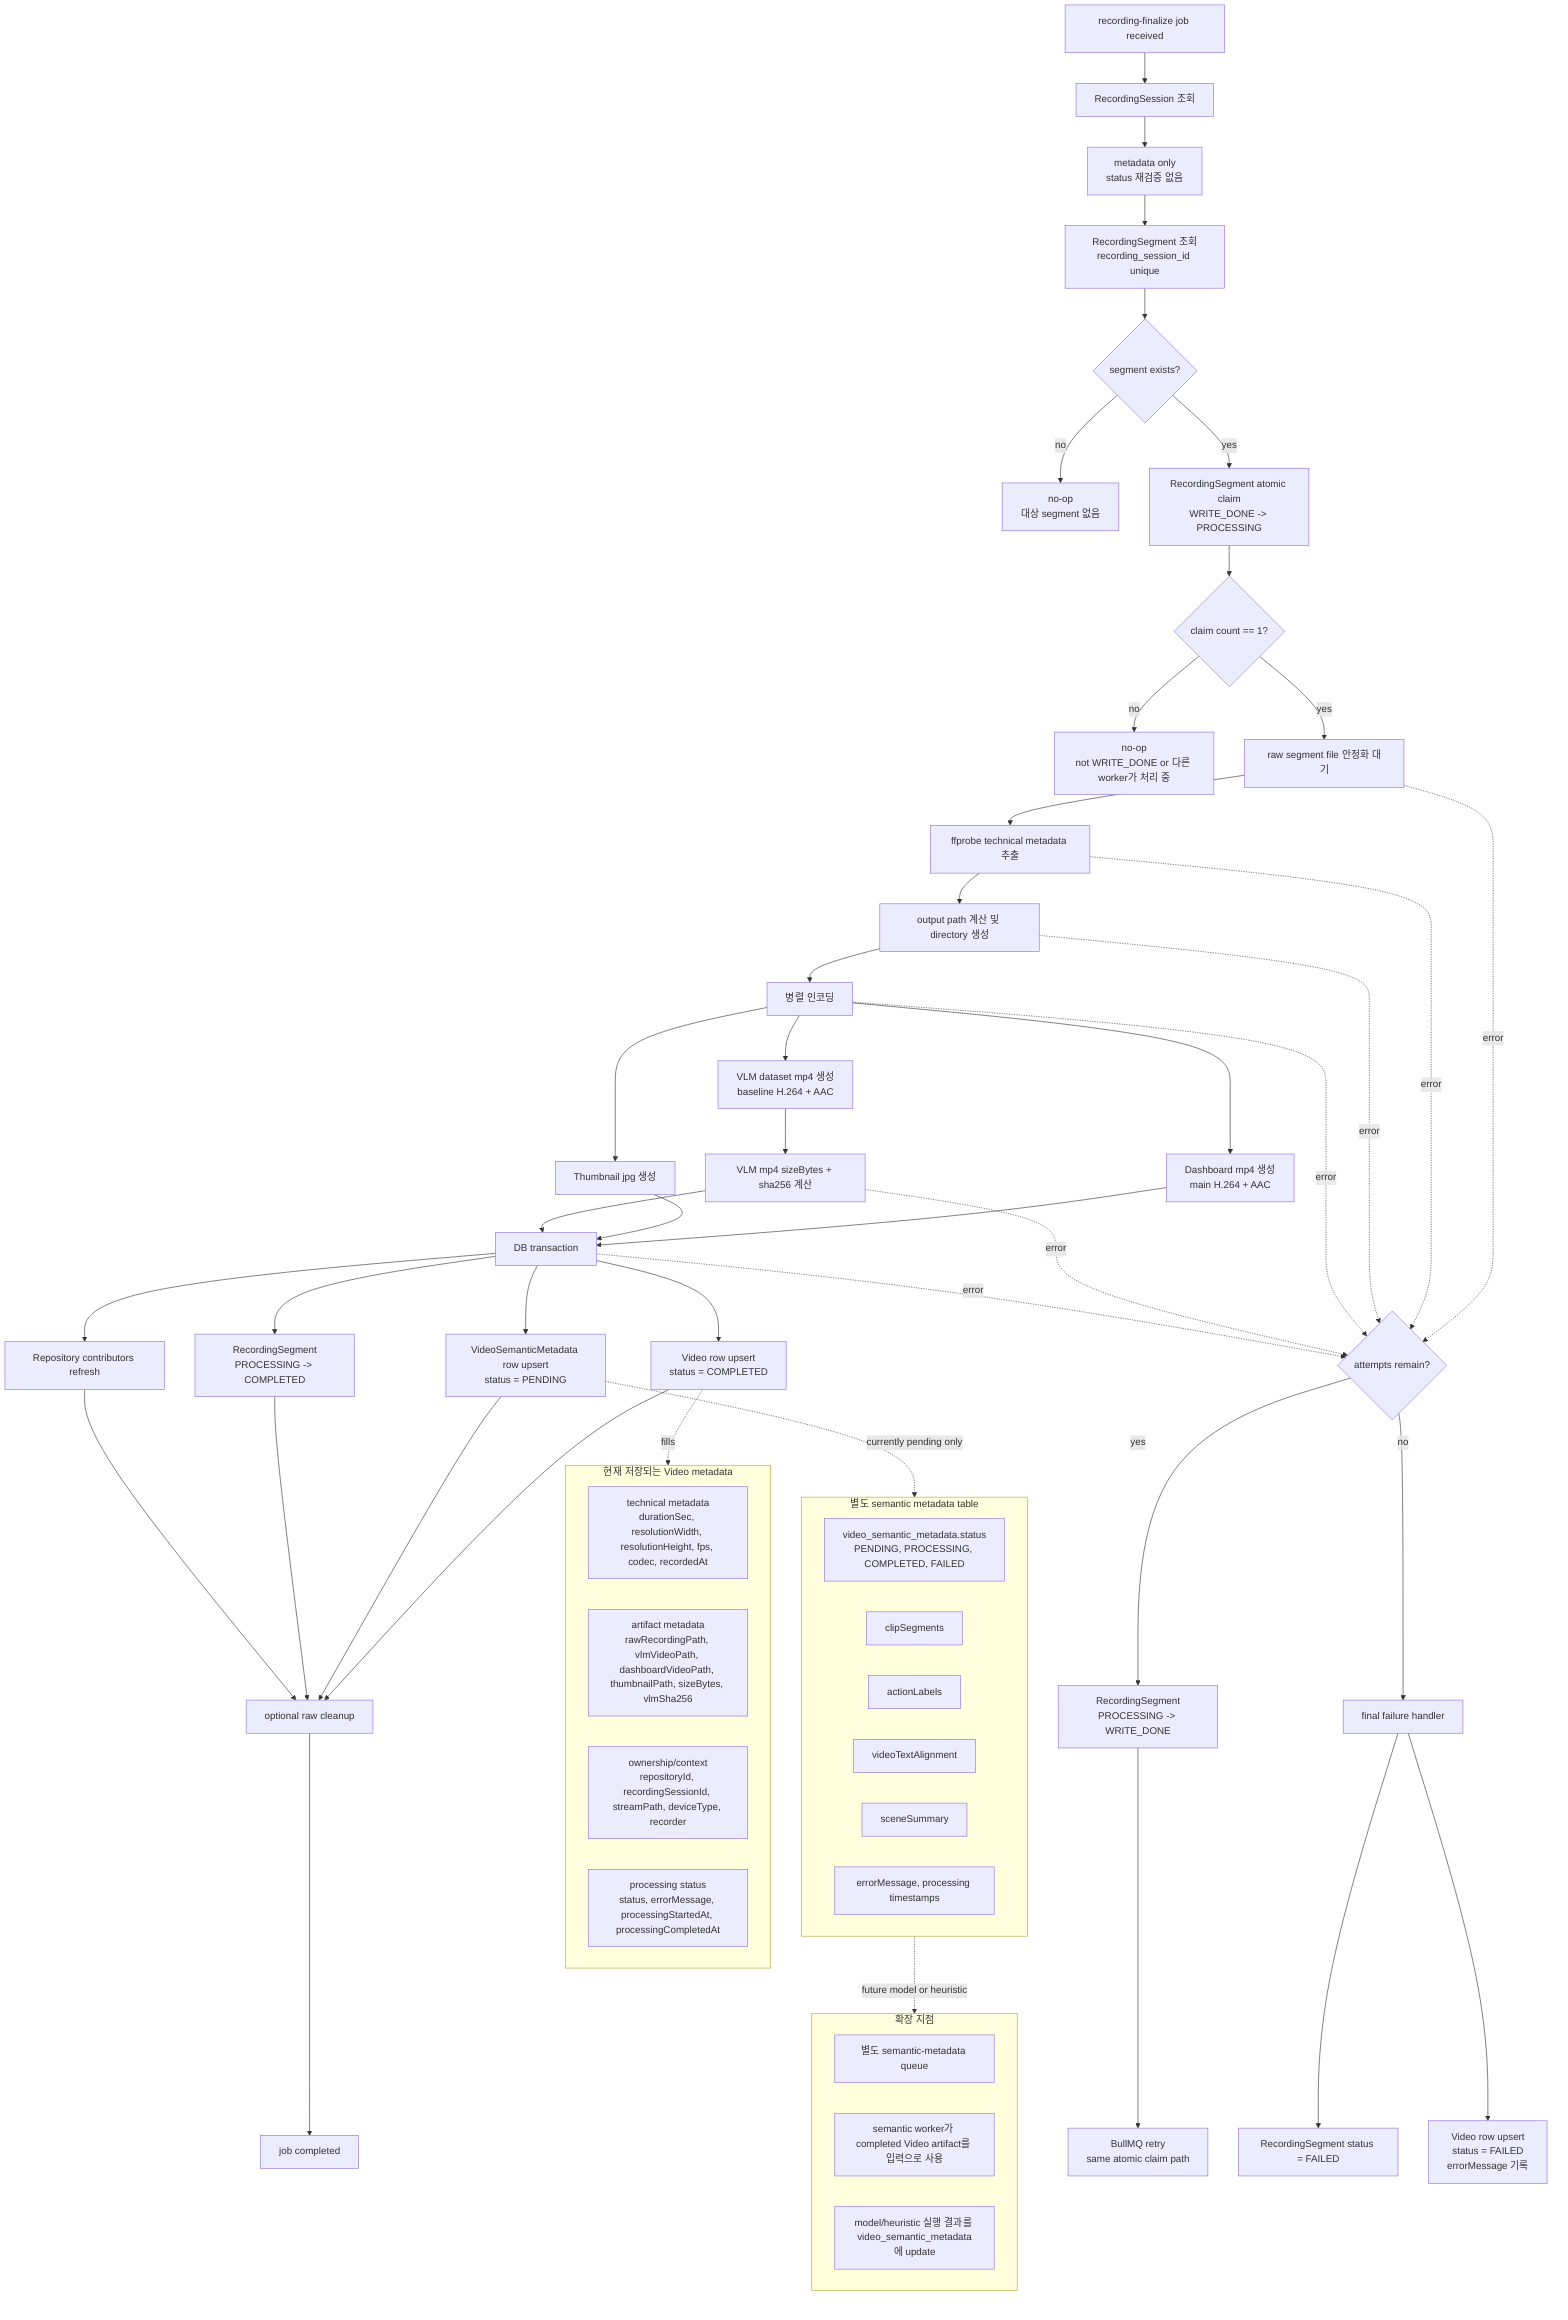
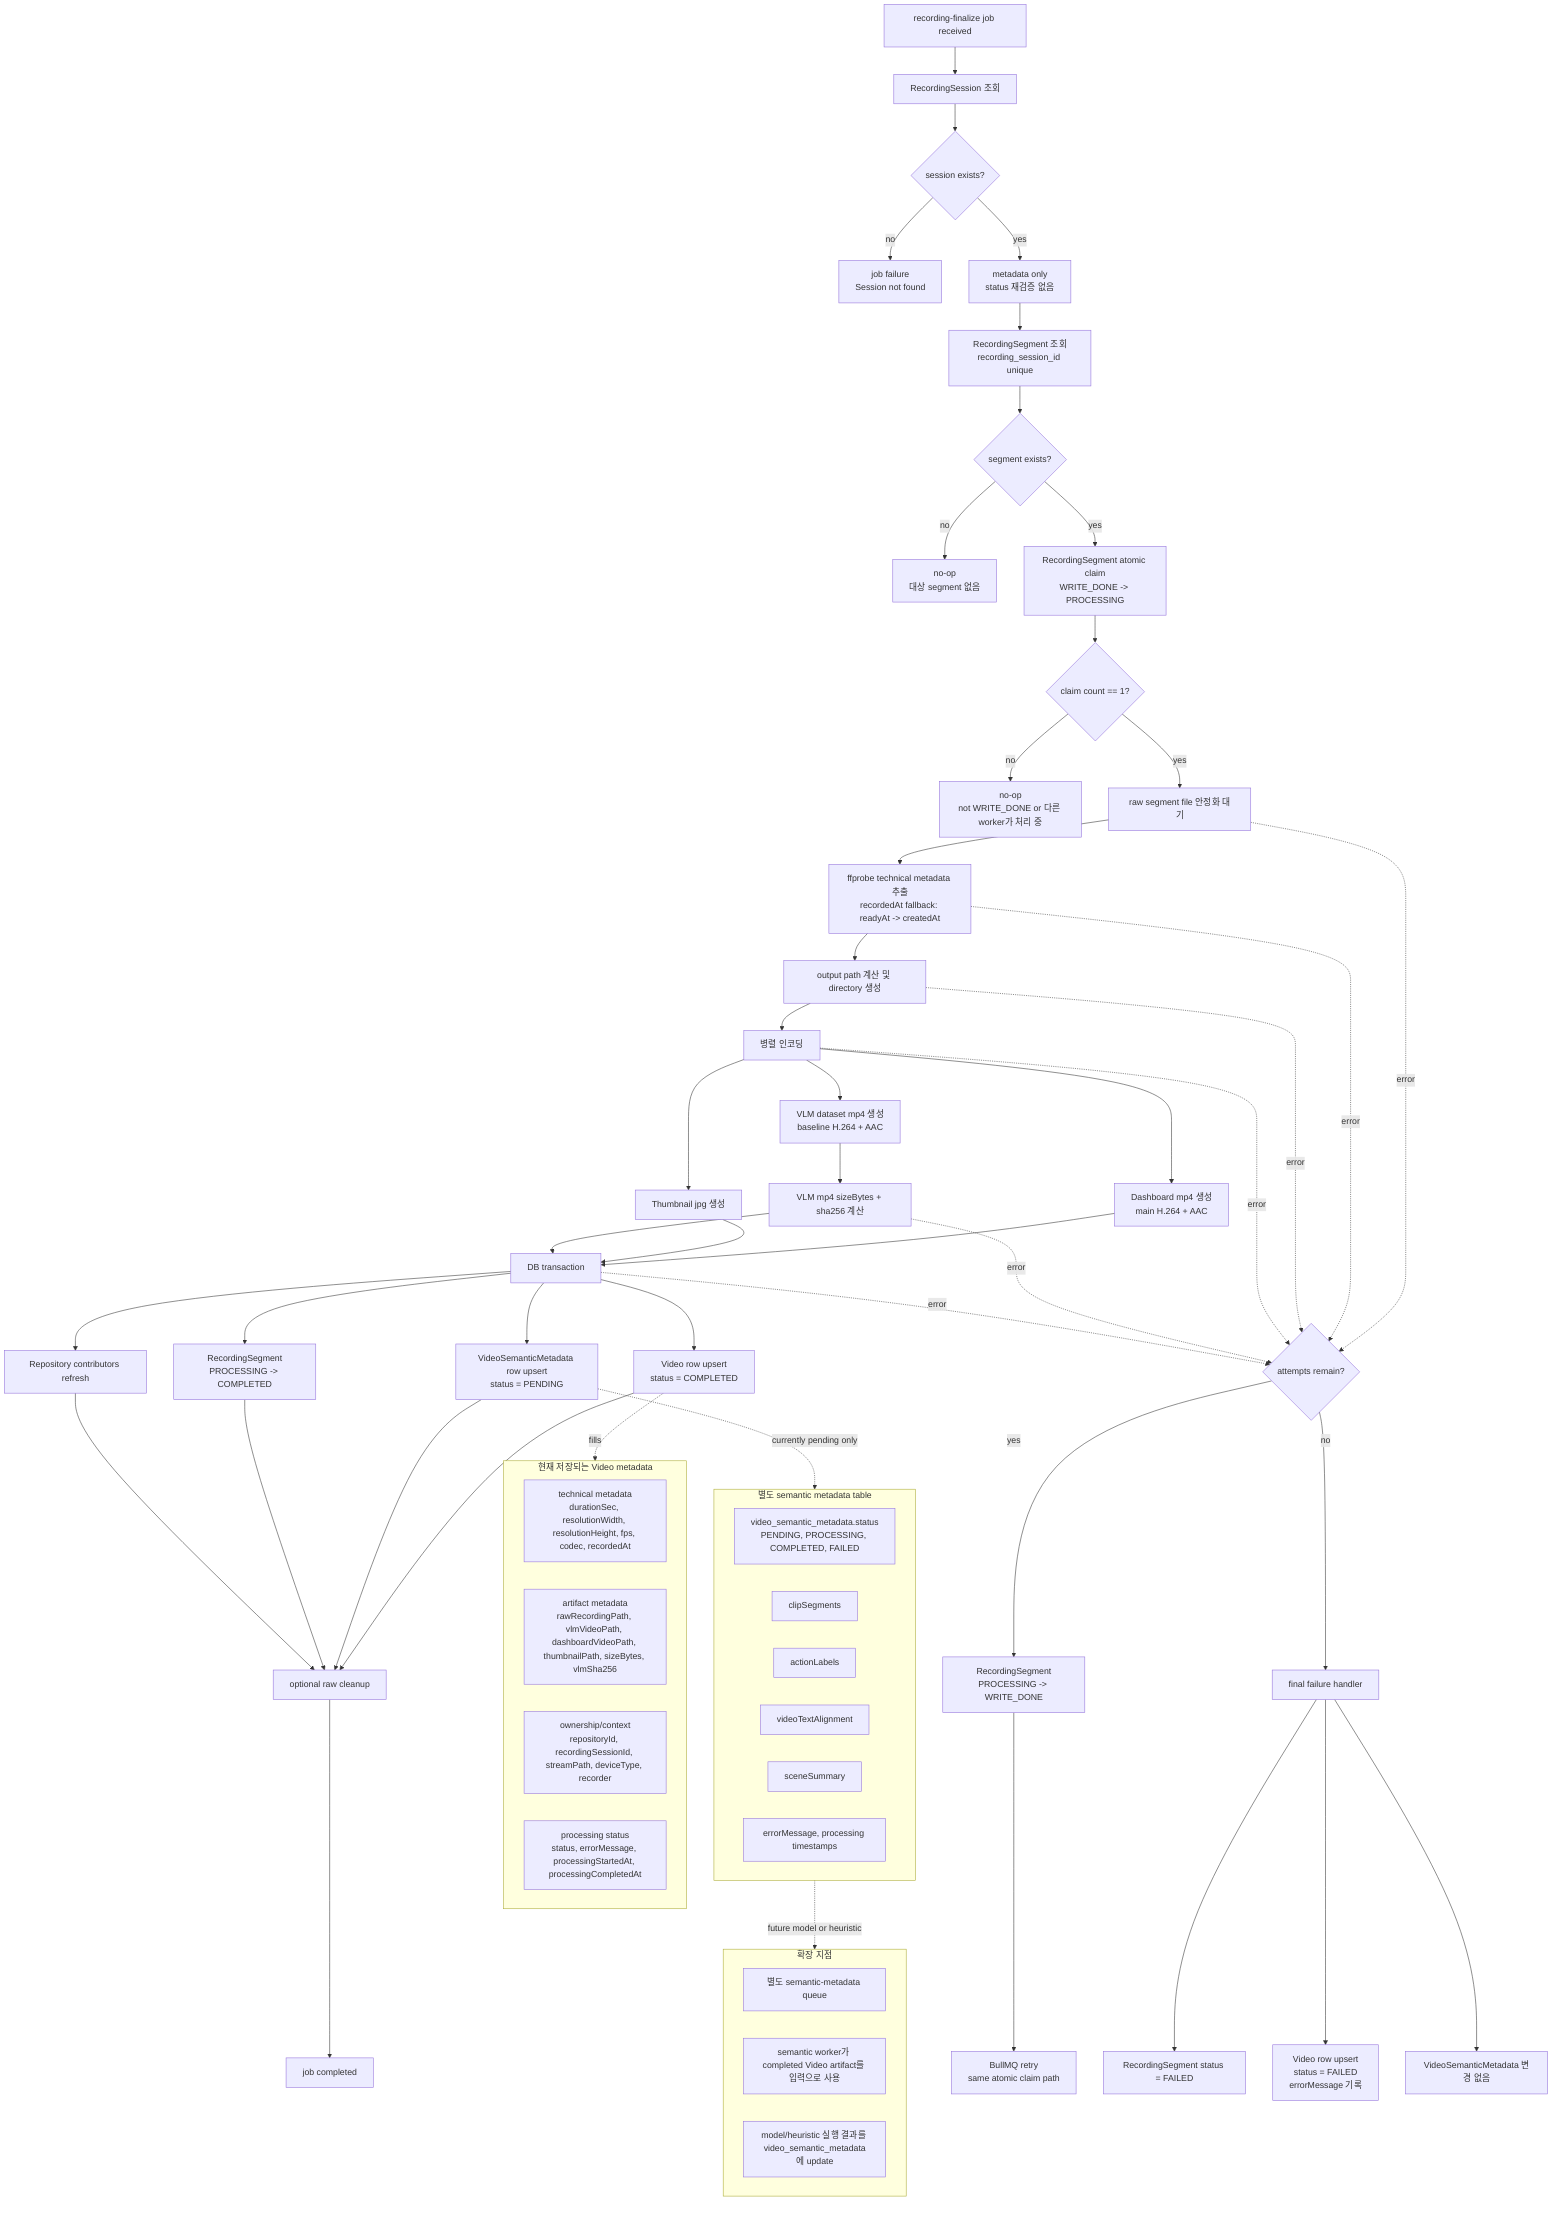
flowchart TD
  Start["recording-finalize job received"] --> SessionCheck["RecordingSession 조회"]
-   SessionCheck --> SessionNote["metadata only<br/>status 재검증 없음"]
+   SessionCheck --> SessionExists{"session exists?"}
+   SessionExists -- "no" --> SessionFailure["job failure<br/>Session not found"]
+   SessionExists -- "yes" --> SessionNote["metadata only<br/>status 재검증 없음"]
  SessionNote --> SegmentLookup["RecordingSegment 조회<br/>recording_session_id unique"]

  SegmentLookup --> SegmentExists{"segment exists?"}
  SegmentExists -- "no" --> NoopSegment["no-op<br/>대상 segment 없음"]
  SegmentExists -- "yes" --> Claim["RecordingSegment atomic claim<br/>WRITE_DONE -> PROCESSING"]

  Claim --> ClaimOk{"claim count == 1?"}
  ClaimOk -- "no" --> NoopClaim["no-op<br/>not WRITE_DONE or 다른 worker가 처리 중"]
  ClaimOk -- "yes" --> RawStable["raw segment file 안정화 대기"]

-   RawStable --> TechnicalProbe["ffprobe technical metadata 추출"]
+   RawStable --> TechnicalProbe["ffprobe technical metadata 추출<br/>recordedAt fallback: readyAt -> createdAt"]
  TechnicalProbe --> OutputPaths["output path 계산 및 directory 생성"]
  OutputPaths --> ParallelEncode["병렬 인코딩"]

  ParallelEncode --> VlmMp4["VLM dataset mp4 생성<br/>baseline H.264 + AAC"]
  ParallelEncode --> DashboardMp4["Dashboard mp4 생성<br/>main H.264 + AAC"]
  ParallelEncode --> Thumbnail["Thumbnail jpg 생성"]

  VlmMp4 --> Digest["VLM mp4 sizeBytes + sha256 계산"]
  DashboardMp4 --> Persist
  Thumbnail --> Persist
  Digest --> Persist["DB transaction"]

  Persist --> VideoCreate["Video row upsert<br/>status = COMPLETED"]
  Persist --> SemanticPending["VideoSemanticMetadata row upsert<br/>status = PENDING"]
  Persist --> SegmentComplete["RecordingSegment<br/>PROCESSING -> COMPLETED"]
  Persist --> Contributors["Repository contributors refresh"]
  VideoCreate --> OptionalRawCleanup["optional raw cleanup"]
  SemanticPending --> OptionalRawCleanup
  SegmentComplete --> OptionalRawCleanup
  Contributors --> OptionalRawCleanup
  OptionalRawCleanup --> Done["job completed"]

  RawStable -. "error" .-> RetryDecision
  TechnicalProbe -. "error" .-> RetryDecision
  OutputPaths -. "error" .-> RetryDecision
  ParallelEncode -. "error" .-> RetryDecision
  Digest -. "error" .-> RetryDecision
  Persist -. "error" .-> RetryDecision

  RetryDecision{"attempts remain?"}
  RetryDecision -- "yes" --> Reset["RecordingSegment<br/>PROCESSING -> WRITE_DONE"]
  Reset --> QueueRetry["BullMQ retry<br/>same atomic claim path"]
  RetryDecision -- "no" --> FinalFailure["final failure handler"]
  FinalFailure --> SegmentFailed["RecordingSegment status = FAILED"]
  FinalFailure --> FailedVideo["Video row upsert<br/>status = FAILED<br/>errorMessage 기록"]
+   FinalFailure --> SemanticUntouched["VideoSemanticMetadata 변경 없음"]

  subgraph CurrentMetadata["현재 저장되는 Video metadata"]
    M1["technical metadata<br/>durationSec, resolutionWidth, resolutionHeight, fps, codec, recordedAt"]
    M2["artifact metadata<br/>rawRecordingPath, vlmVideoPath, dashboardVideoPath, thumbnailPath, sizeBytes, vlmSha256"]
    M3["ownership/context<br/>repositoryId, recordingSessionId, streamPath, deviceType, recorder"]
    M4["processing status<br/>status, errorMessage, processingStartedAt, processingCompletedAt"]
  end

  subgraph SemanticTable["별도 semantic metadata table"]
    N0["video_semantic_metadata.status<br/>PENDING, PROCESSING, COMPLETED, FAILED"]
    N1["clipSegments"]
    N2["actionLabels"]
    N3["videoTextAlignment"]
    N4["sceneSummary"]
    N5["errorMessage, processing timestamps"]
  end

  VideoCreate -. "fills" .-> CurrentMetadata
  SemanticPending -. "currently pending only" .-> SemanticTable

  subgraph ExtensionPoint["확장 지점"]
    E1["별도 semantic-metadata queue"]
    E2["semantic worker가 completed Video artifact를 입력으로 사용"]
    E3["model/heuristic 실행 결과를 video_semantic_metadata에 update"]
  end

  SemanticTable -. "future model or heuristic" .-> ExtensionPoint

%% 참고:
%% 이 문서는 현재 worker processing의 실제 구현 상태를 정리한다.
+ %% finalize queue option은 attempts=3, exponential backoff delay=5000ms,
+ %% removeOnComplete=1000, removeOnFail=2000이다.
+ %% worker는 session row 존재만 확인하고 status는 재검증하지 않는다.
%% 현재 recording-finalize worker는 VLM 연구용 mp4 파일은 생성하지만,
%% VLM/semantic metadata를 생성하거나 모델을 호출하지 않는다.
%% 현재 Video.status=COMPLETED는 playable/generated artifacts 생성 완료를 의미한다.
%% semantic metadata 완성 여부를 의미하지 않는다.
%% 현재 worker가 채우는 metadata는 ffprobe 기반 technical metadata,
%% artifact path, VLM mp4 size/checksum, recorder/context, processing timestamps다.
%% semantic metadata는 videos table이 아니라 video_semantic_metadata table에서 관리한다.
%% finalize 성공 시 semantic metadata row는 PENDING으로 준비되며,
%% clipSegments, actionLabels, videoTextAlignment, sceneSummary는 아직 null이다.
%% 향후 VLM model 또는 heuristic은 별도 semantic worker가 별도 transaction에서 실행한다.
%% 이유: video artifact 생성 실패와 semantic metadata 생성 실패를 같은 failure domain으로 묶지 않기 위해서다.
%% semantic metadata 실패는 Video.status를 FAILED로 바꾸지 않는다.
